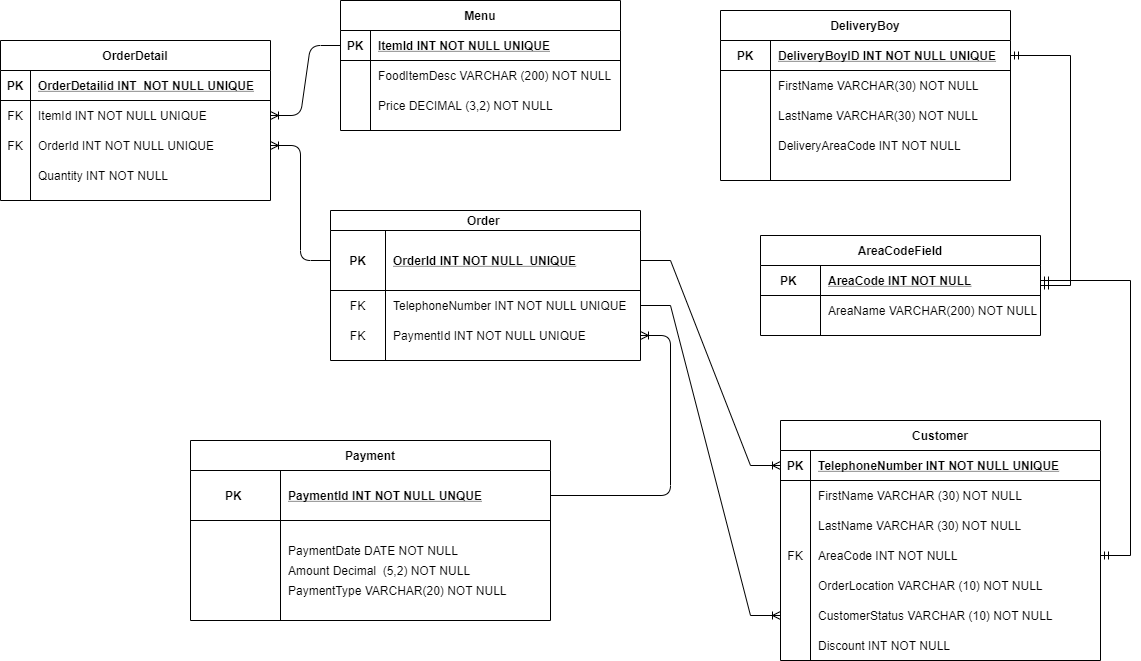
Before: Restaurant Management System.png, a diagram exported from draw.io (SherlonFra/Restaurant-Database). Source tidied: cells renumbered, new cells last; positions are measured from the earlier drawing's top-left corner, leaving out a move shared by most shapes.
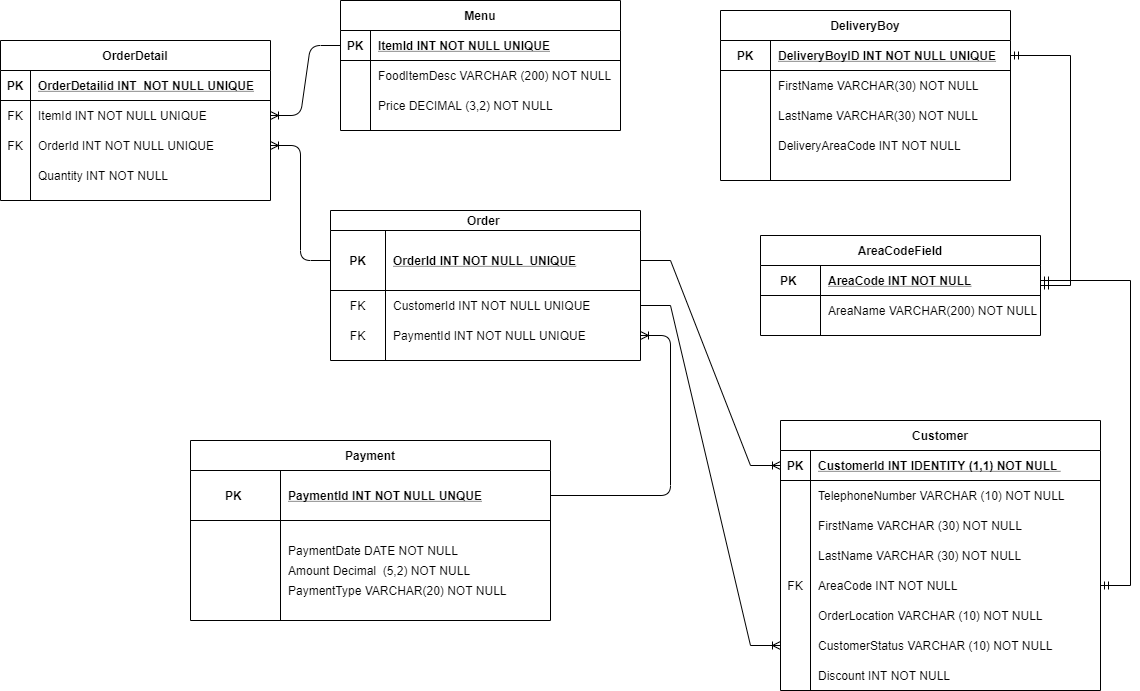
Above is the later version.

Diff of the diagram source:
```diff
@@ -3,7 +3,7 @@
     <mxCell id="0" />
     <mxCell id="1" parent="0" />
     <mxCell id="2" value="Customer" style="shape=table;startSize=30;rowLines=0;fontStyle=1;align=center;" parent="1" vertex="1">
-      <mxGeometry x="780" y="420" width="320" height="240" as="geometry" />
+      <mxGeometry x="780" y="420" width="320" height="270" as="geometry" />
     </mxCell>
     <mxCell id="3" style="shape=partialRectangle;fillColor=none;top=0;left=0;bottom=1;right=0;points=[[0,0.5],[1,0.5]];portConstraint=eastwest;" parent="2" vertex="1">
       <mxGeometry y="30" width="320" height="30" as="geometry" />
@@ -11,11 +11,20 @@
     <mxCell id="4" value="PK" style="shape=partialRectangle;fillColor=none;top=0;left=0;bottom=0;right=0;fontStyle=1;overflow=hidden;" parent="3" vertex="1">
       <mxGeometry width="30" height="30" as="geometry" />
     </mxCell>
-    <mxCell id="5" value="TelephoneNumber INT NOT NULL UNIQUE" style="shape=partialRectangle;fillColor=none;top=0;left=0;bottom=0;right=0;align=left;spacingLeft=6;fontStyle=5;overflow=hidden;" parent="3" vertex="1">
+    <mxCell id="5" value="CustomerId INT IDENTITY (1,1) NOT NULL " style="shape=partialRectangle;fillColor=none;top=0;left=0;bottom=0;right=0;align=left;spacingLeft=6;fontStyle=5;overflow=hidden;" parent="3" vertex="1">
       <mxGeometry x="30" width="290" height="30" as="geometry" />
     </mxCell>
+    <mxCell id="103" style="shape=partialRectangle;fillColor=none;top=0;left=0;bottom=0;right=0;" parent="2" vertex="1">
+      <mxGeometry y="60" width="320" height="30" as="geometry" />
+    </mxCell>
+    <mxCell id="104" style="shape=partialRectangle;fillColor=none;top=0;left=0;bottom=0;right=0;overflow=hidden;" parent="103" vertex="1">
+      <mxGeometry width="30" height="30" as="geometry" />
+    </mxCell>
+    <mxCell id="105" value="TelephoneNumber VARCHAR (10) NOT NULL " style="shape=partialRectangle;fillColor=none;top=0;left=0;bottom=0;right=0;align=left;spacingLeft=6;overflow=hidden;" parent="103" vertex="1">
+      <mxGeometry x="30" width="290" height="30" as="geometry" />
+    </mxCell>
     <mxCell id="6" style="shape=partialRectangle;fillColor=none;top=0;left=0;bottom=0;right=0;" parent="2" vertex="1">
-      <mxGeometry y="60" width="320" height="30" as="geometry" />
+      <mxGeometry y="90" width="320" height="30" as="geometry" />
     </mxCell>
     <mxCell id="7" style="shape=partialRectangle;fillColor=none;top=0;left=0;bottom=0;right=0;overflow=hidden;" parent="6" vertex="1">
       <mxGeometry width="30" height="30" as="geometry" />
@@ -24,7 +33,7 @@
       <mxGeometry x="30" width="290" height="30" as="geometry" />
     </mxCell>
     <mxCell id="9" style="shape=partialRectangle;fillColor=none;top=0;left=0;bottom=0;right=0;" parent="2" vertex="1">
-      <mxGeometry y="90" width="320" height="30" as="geometry" />
+      <mxGeometry y="120" width="320" height="30" as="geometry" />
     </mxCell>
     <mxCell id="10" style="shape=partialRectangle;fillColor=none;top=0;left=0;bottom=0;right=0;overflow=hidden;" parent="9" vertex="1">
       <mxGeometry width="30" height="30" as="geometry" />
@@ -33,7 +42,7 @@
       <mxGeometry x="30" width="290" height="30" as="geometry" />
     </mxCell>
     <mxCell id="12" style="shape=partialRectangle;fillColor=none;top=0;left=0;bottom=0;right=0;points=[[0,0.5],[1,0.5]];portConstraint=eastwest;" parent="2" vertex="1">
-      <mxGeometry y="120" width="320" height="30" as="geometry" />
+      <mxGeometry y="150" width="320" height="30" as="geometry" />
     </mxCell>
     <mxCell id="13" value="FK" style="shape=partialRectangle;fillColor=none;top=0;left=0;bottom=0;right=0;overflow=hidden;" parent="12" vertex="1">
       <mxGeometry width="30" height="30" as="geometry" />
@@ -42,7 +51,7 @@
       <mxGeometry x="30" width="290" height="30" as="geometry" />
     </mxCell>
     <mxCell id="15" style="shape=partialRectangle;fillColor=none;top=0;left=0;bottom=0;right=0;" parent="2" vertex="1">
-      <mxGeometry y="150" width="320" height="30" as="geometry" />
+      <mxGeometry y="180" width="320" height="30" as="geometry" />
     </mxCell>
     <mxCell id="16" style="shape=partialRectangle;fillColor=none;top=0;left=0;bottom=0;right=0;overflow=hidden;" parent="15" vertex="1">
       <mxGeometry width="30" height="30" as="geometry" />
@@ -51,7 +60,7 @@
       <mxGeometry x="30" width="290" height="30" as="geometry" />
     </mxCell>
     <mxCell id="18" style="shape=partialRectangle;fillColor=none;top=0;left=0;bottom=0;right=0;points=[[0,0.5],[1,0.5]];portConstraint=eastwest;" parent="2" vertex="1">
-      <mxGeometry y="180" width="320" height="30" as="geometry" />
+      <mxGeometry y="210" width="320" height="30" as="geometry" />
     </mxCell>
     <mxCell id="19" style="shape=partialRectangle;fillColor=none;top=0;left=0;bottom=0;right=0;overflow=hidden;" parent="18" vertex="1">
       <mxGeometry width="30" height="30" as="geometry" />
@@ -60,7 +69,7 @@
       <mxGeometry x="30" width="290" height="30" as="geometry" />
     </mxCell>
     <mxCell id="21" style="shape=partialRectangle;fillColor=none;top=0;left=0;bottom=0;right=0;" parent="2" vertex="1">
-      <mxGeometry y="210" width="320" height="30" as="geometry" />
+      <mxGeometry y="240" width="320" height="30" as="geometry" />
     </mxCell>
     <mxCell id="22" style="shape=partialRectangle;fillColor=none;top=0;left=0;bottom=0;right=0;overflow=hidden;" parent="21" vertex="1">
       <mxGeometry width="30" height="30" as="geometry" />
@@ -86,7 +95,7 @@
     <mxCell id="29" value="FK" style="shape=partialRectangle;fillColor=none;top=0;left=0;bottom=0;right=0;overflow=hidden;" parent="28" vertex="1">
       <mxGeometry width="55" height="30" as="geometry" />
     </mxCell>
-    <mxCell id="30" value="TelephoneNumber INT NOT NULL UNIQUE" style="shape=partialRectangle;fillColor=none;top=0;left=0;bottom=0;right=0;align=left;spacingLeft=6;overflow=hidden;" parent="28" vertex="1">
+    <mxCell id="30" value="CustomerId INT NOT NULL UNIQUE" style="shape=partialRectangle;fillColor=none;top=0;left=0;bottom=0;right=0;align=left;spacingLeft=6;overflow=hidden;" parent="28" vertex="1">
       <mxGeometry x="55" width="255" height="30" as="geometry" />
     </mxCell>
     <mxCell id="31" style="shape=partialRectangle;fillColor=none;top=0;left=0;bottom=0;right=0;points=[[0,0.5],[1,0.5]];portConstraint=eastwest;rounded=0;" parent="24" vertex="1">
```
